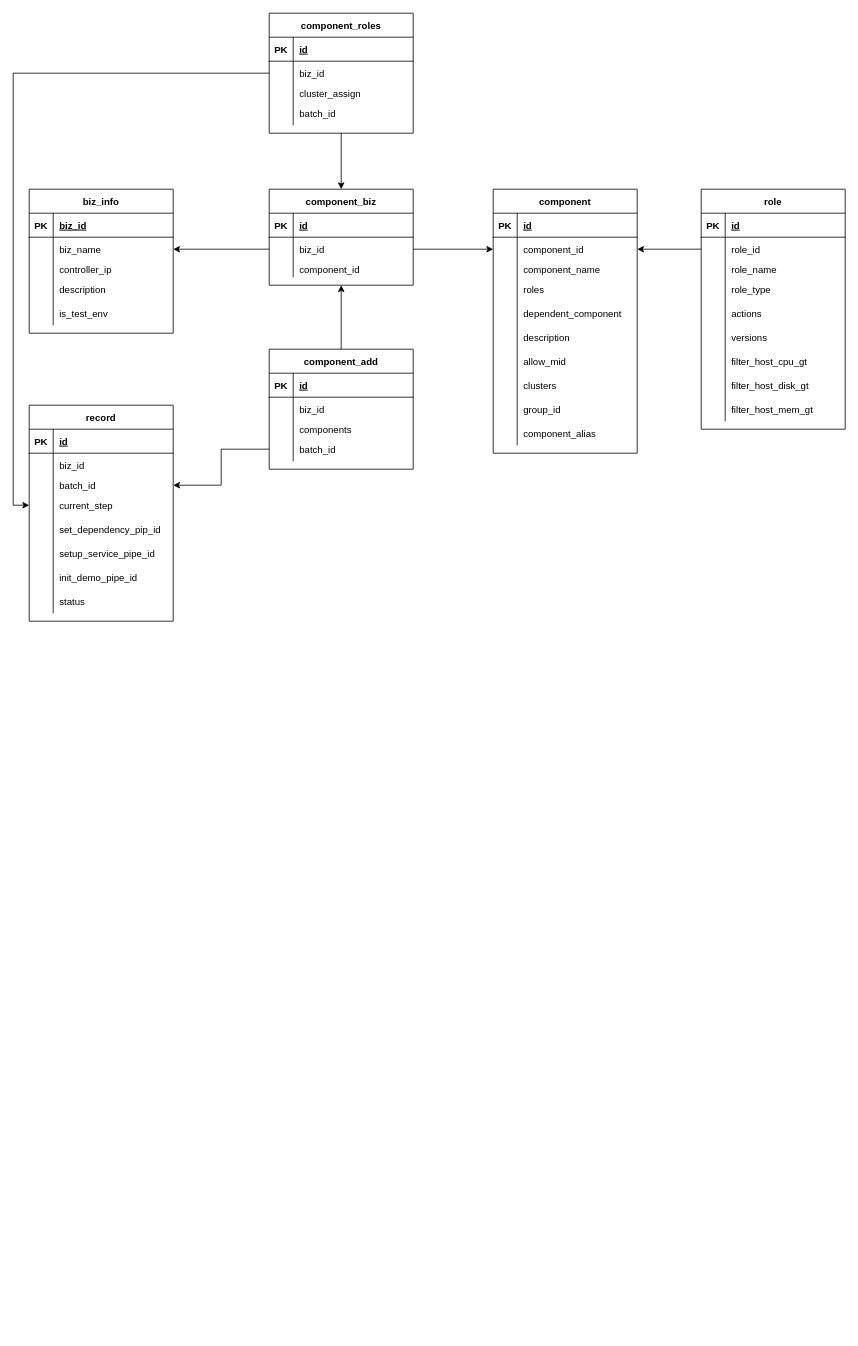
Earlier version of the draw.io diagram Untitled Diagram.drawio (TristanMenethill/hello-world). Source tidied: cells renumbered, new cells numbered last; positions are measured from the earlier drawing's top-left corner, leaving out a move shared by most shapes. Both pictures are drawn from the tidied source at 80%, with x=0, y=0 at pixel (29, 13).
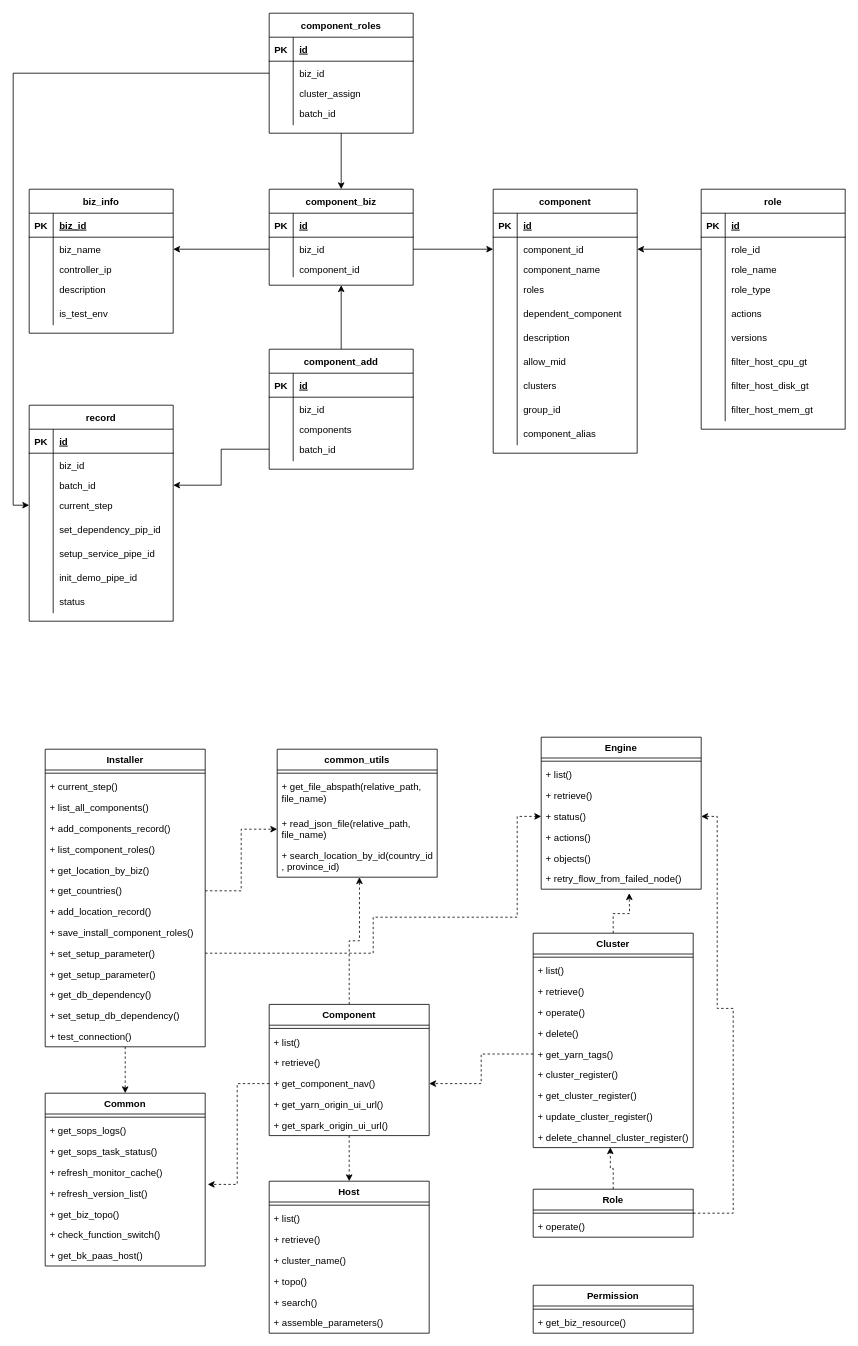
After the change.

What changed in the source:
```diff
@@
+    <mxCell id="145" style="edgeStyle=orthogonalEdgeStyle;rounded=0;jettySize=auto;html=1;entryX=0.5;entryY=0;entryDx=0;entryDy=0;dashed=1;" parent="1" edge="1" source="146" target="179">
+      <mxGeometry relative="1" as="geometry" />
+    </mxCell>
+    <mxCell id="146" value="Installer" style="swimlane;fontStyle=1;align=center;verticalAlign=top;horizontal=1;startSize=26;" parent="1" vertex="1">
+      <mxGeometry x="20" y="920" width="200" height="372" as="geometry" />
+    </mxCell>
+    <mxCell id="147" style="line;strokeWidth=1;fillColor=none;align=left;verticalAlign=middle;spacingTop=-1;spacingLeft=3;spacingRight=3;labelPosition=right;" parent="146" vertex="1">
+      <mxGeometry y="26" width="200" height="8" as="geometry" />
+    </mxCell>
+    <mxCell id="148" value="+ current_step()" style="text;strokeColor=none;fillColor=none;align=left;verticalAlign=top;spacingLeft=4;spacingRight=4;overflow=hidden;" parent="146" vertex="1">
+      <mxGeometry y="34" width="200" height="26" as="geometry" />
+    </mxCell>
+    <mxCell id="149" value="+ list_all_components()" style="text;strokeColor=none;fillColor=none;align=left;verticalAlign=top;spacingLeft=4;spacingRight=4;overflow=hidden;" parent="146" vertex="1">
+      <mxGeometry y="60" width="200" height="26" as="geometry" />
+    </mxCell>
+    <mxCell id="150" value="+ add_components_record()" style="text;strokeColor=none;fillColor=none;align=left;verticalAlign=top;spacingLeft=4;spacingRight=4;overflow=hidden;" parent="146" vertex="1">
+      <mxGeometry y="86" width="200" height="26" as="geometry" />
+    </mxCell>
+    <mxCell id="151" value="+ list_component_roles()" style="text;strokeColor=none;fillColor=none;align=left;verticalAlign=top;spacingLeft=4;spacingRight=4;overflow=hidden;" parent="146" vertex="1">
+      <mxGeometry y="112" width="200" height="26" as="geometry" />
+    </mxCell>
+    <mxCell id="152" value="+ get_location_by_biz()" style="text;strokeColor=none;fillColor=none;align=left;verticalAlign=top;spacingLeft=4;spacingRight=4;overflow=hidden;" parent="146" vertex="1">
+      <mxGeometry y="138" width="200" height="26" as="geometry" />
+    </mxCell>
+    <mxCell id="153" value="+ get_countries()" style="text;strokeColor=none;fillColor=none;align=left;verticalAlign=top;spacingLeft=4;spacingRight=4;overflow=hidden;points=[[0,0.5],[1,0.5]];portConstraint=eastwest;" parent="146" vertex="1">
+      <mxGeometry y="164" width="200" height="26" as="geometry" />
+    </mxCell>
+    <mxCell id="154" value="+ add_location_record()" style="text;strokeColor=none;fillColor=none;align=left;verticalAlign=top;spacingLeft=4;spacingRight=4;overflow=hidden;" parent="146" vertex="1">
+      <mxGeometry y="190" width="200" height="26" as="geometry" />
+    </mxCell>
+    <mxCell id="155" value="+ save_install_component_roles()" style="text;strokeColor=none;fillColor=none;align=left;verticalAlign=top;spacingLeft=4;spacingRight=4;overflow=hidden;" parent="146" vertex="1">
+      <mxGeometry y="216" width="200" height="26" as="geometry" />
+    </mxCell>
+    <mxCell id="156" value="+ set_setup_parameter()" style="text;strokeColor=none;fillColor=none;align=left;verticalAlign=top;spacingLeft=4;spacingRight=4;overflow=hidden;points=[[0,0.5],[1,0.5]];portConstraint=eastwest;" parent="146" vertex="1">
+      <mxGeometry y="242" width="200" height="26" as="geometry" />
+    </mxCell>
+    <mxCell id="157" value="+ get_setup_parameter()" style="text;strokeColor=none;fillColor=none;align=left;verticalAlign=top;spacingLeft=4;spacingRight=4;overflow=hidden;" parent="146" vertex="1">
+      <mxGeometry y="268" width="200" height="26" as="geometry" />
+    </mxCell>
+    <mxCell id="158" value="+ get_db_dependency()" style="text;strokeColor=none;fillColor=none;align=left;verticalAlign=top;spacingLeft=4;spacingRight=4;overflow=hidden;" parent="146" vertex="1">
+      <mxGeometry y="294" width="200" height="26" as="geometry" />
+    </mxCell>
+    <mxCell id="159" value="+ set_setup_db_dependency()" style="text;strokeColor=none;fillColor=none;align=left;verticalAlign=top;spacingLeft=4;spacingRight=4;overflow=hidden;" parent="146" vertex="1">
+      <mxGeometry y="320" width="200" height="26" as="geometry" />
+    </mxCell>
+    <mxCell id="160" value="+ test_connection()" style="text;strokeColor=none;fillColor=none;align=left;verticalAlign=top;spacingLeft=4;spacingRight=4;overflow=hidden;" parent="146" vertex="1">
+      <mxGeometry y="346" width="200" height="26" as="geometry" />
+    </mxCell>
+    <mxCell id="161" value="common_utils" style="swimlane;fontStyle=1;align=center;verticalAlign=top;horizontal=1;startSize=26;" parent="1" vertex="1">
+      <mxGeometry x="310" y="920" width="200" height="160" as="geometry" />
+    </mxCell>
+    <mxCell id="162" style="line;strokeWidth=1;fillColor=none;align=left;verticalAlign=middle;spacingTop=-1;spacingLeft=3;spacingRight=3;labelPosition=right;" parent="161" vertex="1">
+      <mxGeometry y="26" width="200" height="8" as="geometry" />
+    </mxCell>
+    <mxCell id="163" value="+ get_file_abspath(relative_path, &#10;file_name)" style="text;strokeColor=none;fillColor=none;align=left;verticalAlign=top;spacingLeft=4;spacingRight=4;overflow=hidden;" parent="161" vertex="1">
+      <mxGeometry y="34" width="200" height="46" as="geometry" />
+    </mxCell>
+    <mxCell id="164" value="+ read_json_file(relative_path, &#10;file_name)" style="text;strokeColor=none;fillColor=none;align=left;verticalAlign=top;spacingLeft=4;spacingRight=4;overflow=hidden;points=[[0,0.5],[1,0.5]];portConstraint=eastwest;" parent="161" vertex="1">
+      <mxGeometry y="80" width="200" height="40" as="geometry" />
+    </mxCell>
+    <mxCell id="165" value="+ search_location_by_id(country_id&#10;, province_id)" style="text;strokeColor=none;fillColor=none;align=left;verticalAlign=top;spacingLeft=4;spacingRight=4;overflow=hidden;points=[[0,0.5],[1,0.5]];portConstraint=eastwest;" parent="161" vertex="1">
+      <mxGeometry y="120" width="200" height="40" as="geometry" />
+    </mxCell>
+    <mxCell id="166" style="edgeStyle=orthogonalEdgeStyle;rounded=0;jettySize=auto;html=1;exitX=1;exitY=0.5;exitDx=0;exitDy=0;entryX=0;entryY=0.5;entryDx=0;entryDy=0;dashed=1;" parent="1" edge="1" source="153" target="164">
+      <mxGeometry relative="1" as="geometry" />
+    </mxCell>
+    <mxCell id="167" style="edgeStyle=orthogonalEdgeStyle;rounded=0;jettySize=auto;html=1;dashed=1;" parent="1" edge="1" source="168">
+      <mxGeometry relative="1" as="geometry">
+        <mxPoint x="750" y="1100" as="targetPoint" />
+      </mxGeometry>
+    </mxCell>
+    <mxCell id="168" value="Cluster" style="swimlane;fontStyle=1;align=center;verticalAlign=top;horizontal=1;startSize=26;" parent="1" vertex="1">
+      <mxGeometry x="630" y="1150" width="200" height="268" as="geometry" />
+    </mxCell>
+    <mxCell id="169" style="line;strokeWidth=1;fillColor=none;align=left;verticalAlign=middle;spacingTop=-1;spacingLeft=3;spacingRight=3;labelPosition=right;" parent="168" vertex="1">
+      <mxGeometry y="26" width="200" height="8" as="geometry" />
+    </mxCell>
+    <mxCell id="170" value="+ list()" style="text;strokeColor=none;fillColor=none;align=left;verticalAlign=top;spacingLeft=4;spacingRight=4;overflow=hidden;" parent="168" vertex="1">
+      <mxGeometry y="34" width="200" height="26" as="geometry" />
+    </mxCell>
+    <mxCell id="171" value="+ retrieve()" style="text;strokeColor=none;fillColor=none;align=left;verticalAlign=top;spacingLeft=4;spacingRight=4;overflow=hidden;" parent="168" vertex="1">
+      <mxGeometry y="60" width="200" height="26" as="geometry" />
+    </mxCell>
+    <mxCell id="172" value="+ operate()" style="text;strokeColor=none;fillColor=none;align=left;verticalAlign=top;spacingLeft=4;spacingRight=4;overflow=hidden;" parent="168" vertex="1">
+      <mxGeometry y="86" width="200" height="26" as="geometry" />
+    </mxCell>
+    <mxCell id="173" value="+ delete()" style="text;strokeColor=none;fillColor=none;align=left;verticalAlign=top;spacingLeft=4;spacingRight=4;overflow=hidden;" parent="168" vertex="1">
+      <mxGeometry y="112" width="200" height="26" as="geometry" />
+    </mxCell>
+    <mxCell id="174" value="+ get_yarn_tags()" style="text;strokeColor=none;fillColor=none;align=left;verticalAlign=top;spacingLeft=4;spacingRight=4;overflow=hidden;points=[[0,0.5],[1,0.5]];portConstraint=eastwest;" parent="168" vertex="1">
+      <mxGeometry y="138" width="200" height="26" as="geometry" />
+    </mxCell>
+    <mxCell id="175" value="+ cluster_register()" style="text;strokeColor=none;fillColor=none;align=left;verticalAlign=top;spacingLeft=4;spacingRight=4;overflow=hidden;" parent="168" vertex="1">
+      <mxGeometry y="164" width="200" height="26" as="geometry" />
+    </mxCell>
+    <mxCell id="176" value="+ get_cluster_register()" style="text;strokeColor=none;fillColor=none;align=left;verticalAlign=top;spacingLeft=4;spacingRight=4;overflow=hidden;" parent="168" vertex="1">
+      <mxGeometry y="190" width="200" height="26" as="geometry" />
+    </mxCell>
+    <mxCell id="177" value="+ update_cluster_register()" style="text;strokeColor=none;fillColor=none;align=left;verticalAlign=top;spacingLeft=4;spacingRight=4;overflow=hidden;" parent="168" vertex="1">
+      <mxGeometry y="216" width="200" height="26" as="geometry" />
+    </mxCell>
+    <mxCell id="178" value="+ delete_channel_cluster_register()" style="text;strokeColor=none;fillColor=none;align=left;verticalAlign=top;spacingLeft=4;spacingRight=4;overflow=hidden;points=[[0,0.5],[1,0.5]];portConstraint=eastwest;" parent="168" vertex="1">
+      <mxGeometry y="242" width="200" height="26" as="geometry" />
+    </mxCell>
+    <mxCell id="179" value="Common" style="swimlane;fontStyle=1;align=center;verticalAlign=top;horizontal=1;startSize=26;" parent="1" vertex="1">
+      <mxGeometry x="20" y="1350" width="200" height="216" as="geometry" />
+    </mxCell>
+    <mxCell id="180" style="line;strokeWidth=1;fillColor=none;align=left;verticalAlign=middle;spacingTop=-1;spacingLeft=3;spacingRight=3;labelPosition=right;" parent="179" vertex="1">
+      <mxGeometry y="26" width="200" height="8" as="geometry" />
+    </mxCell>
+    <mxCell id="181" value="+ get_sops_logs()" style="text;strokeColor=none;fillColor=none;align=left;verticalAlign=top;spacingLeft=4;spacingRight=4;overflow=hidden;" parent="179" vertex="1">
+      <mxGeometry y="34" width="200" height="26" as="geometry" />
+    </mxCell>
+    <mxCell id="182" value="+ get_sops_task_status()" style="text;strokeColor=none;fillColor=none;align=left;verticalAlign=top;spacingLeft=4;spacingRight=4;overflow=hidden;" parent="179" vertex="1">
+      <mxGeometry y="60" width="200" height="26" as="geometry" />
+    </mxCell>
+    <mxCell id="183" value="+ refresh_monitor_cache()" style="text;strokeColor=none;fillColor=none;align=left;verticalAlign=top;spacingLeft=4;spacingRight=4;overflow=hidden;" parent="179" vertex="1">
+      <mxGeometry y="86" width="200" height="26" as="geometry" />
+    </mxCell>
+    <mxCell id="184" value="+ refresh_version_list()" style="text;strokeColor=none;fillColor=none;align=left;verticalAlign=top;spacingLeft=4;spacingRight=4;overflow=hidden;points=[[0,0.5],[1,0.5]];portConstraint=eastwest;" parent="179" vertex="1">
+      <mxGeometry y="112" width="200" height="26" as="geometry" />
+    </mxCell>
+    <mxCell id="185" value="+ get_biz_topo()" style="text;strokeColor=none;fillColor=none;align=left;verticalAlign=top;spacingLeft=4;spacingRight=4;overflow=hidden;" parent="179" vertex="1">
+      <mxGeometry y="138" width="200" height="26" as="geometry" />
+    </mxCell>
+    <mxCell id="186" value="+ check_function_switch()" style="text;strokeColor=none;fillColor=none;align=left;verticalAlign=top;spacingLeft=4;spacingRight=4;overflow=hidden;" parent="179" vertex="1">
+      <mxGeometry y="164" width="200" height="26" as="geometry" />
+    </mxCell>
+    <mxCell id="187" value="+ get_bk_paas_host()" style="text;strokeColor=none;fillColor=none;align=left;verticalAlign=top;spacingLeft=4;spacingRight=4;overflow=hidden;" parent="179" vertex="1">
+      <mxGeometry y="190" width="200" height="26" as="geometry" />
+    </mxCell>
+    <mxCell id="188" style="edgeStyle=orthogonalEdgeStyle;rounded=0;jettySize=auto;html=1;dashed=1;" parent="1" edge="1" source="190" target="205">
+      <mxGeometry relative="1" as="geometry" />
+    </mxCell>
+    <mxCell id="189" style="edgeStyle=orthogonalEdgeStyle;rounded=0;jettySize=auto;html=1;entryX=0.514;entryY=1;entryDx=0;entryDy=0;entryPerimeter=0;dashed=1;" parent="1" edge="1" source="190" target="165">
+      <mxGeometry relative="1" as="geometry" />
+    </mxCell>
+    <mxCell id="190" value="Component" style="swimlane;fontStyle=1;align=center;verticalAlign=top;horizontal=1;startSize=26;" parent="1" vertex="1">
+      <mxGeometry x="300" y="1239" width="200" height="164" as="geometry" />
+    </mxCell>
+    <mxCell id="191" style="line;strokeWidth=1;fillColor=none;align=left;verticalAlign=middle;spacingTop=-1;spacingLeft=3;spacingRight=3;labelPosition=right;" parent="190" vertex="1">
+      <mxGeometry y="26" width="200" height="8" as="geometry" />
+    </mxCell>
+    <mxCell id="192" value="+ list()" style="text;strokeColor=none;fillColor=none;align=left;verticalAlign=top;spacingLeft=4;spacingRight=4;overflow=hidden;" parent="190" vertex="1">
+      <mxGeometry y="34" width="200" height="26" as="geometry" />
+    </mxCell>
+    <mxCell id="193" value="+ retrieve()" style="text;strokeColor=none;fillColor=none;align=left;verticalAlign=top;spacingLeft=4;spacingRight=4;overflow=hidden;" parent="190" vertex="1">
+      <mxGeometry y="60" width="200" height="26" as="geometry" />
+    </mxCell>
+    <mxCell id="194" value="+ get_component_nav()" style="text;strokeColor=none;fillColor=none;align=left;verticalAlign=top;spacingLeft=4;spacingRight=4;overflow=hidden;points=[[0,0.5],[1,0.5]];portConstraint=eastwest;" parent="190" vertex="1">
+      <mxGeometry y="86" width="200" height="26" as="geometry" />
+    </mxCell>
+    <mxCell id="195" value="+ get_yarn_origin_ui_url()" style="text;strokeColor=none;fillColor=none;align=left;verticalAlign=top;spacingLeft=4;spacingRight=4;overflow=hidden;" parent="190" vertex="1">
+      <mxGeometry y="112" width="200" height="26" as="geometry" />
+    </mxCell>
+    <mxCell id="196" value="+ get_spark_origin_ui_url()" style="text;strokeColor=none;fillColor=none;align=left;verticalAlign=top;spacingLeft=4;spacingRight=4;overflow=hidden;" parent="190" vertex="1">
+      <mxGeometry y="138" width="200" height="26" as="geometry" />
+    </mxCell>
+    <mxCell id="197" value="Engine" style="swimlane;fontStyle=1;align=center;verticalAlign=top;horizontal=1;startSize=26;" parent="1" vertex="1">
+      <mxGeometry x="640" y="905" width="200" height="190" as="geometry" />
+    </mxCell>
+    <mxCell id="198" style="line;strokeWidth=1;fillColor=none;align=left;verticalAlign=middle;spacingTop=-1;spacingLeft=3;spacingRight=3;labelPosition=right;" parent="197" vertex="1">
+      <mxGeometry y="26" width="200" height="8" as="geometry" />
+    </mxCell>
+    <mxCell id="199" value="+ list()" style="text;strokeColor=none;fillColor=none;align=left;verticalAlign=top;spacingLeft=4;spacingRight=4;overflow=hidden;" parent="197" vertex="1">
+      <mxGeometry y="34" width="200" height="26" as="geometry" />
+    </mxCell>
+    <mxCell id="200" value="+ retrieve()" style="text;strokeColor=none;fillColor=none;align=left;verticalAlign=top;spacingLeft=4;spacingRight=4;overflow=hidden;" parent="197" vertex="1">
+      <mxGeometry y="60" width="200" height="26" as="geometry" />
+    </mxCell>
+    <mxCell id="201" value="+ status()" style="text;strokeColor=none;fillColor=none;align=left;verticalAlign=top;spacingLeft=4;spacingRight=4;overflow=hidden;points=[[0,0.5],[1,0.5]];portConstraint=eastwest;" parent="197" vertex="1">
+      <mxGeometry y="86" width="200" height="26" as="geometry" />
+    </mxCell>
+    <mxCell id="202" value="+ actions()" style="text;strokeColor=none;fillColor=none;align=left;verticalAlign=top;spacingLeft=4;spacingRight=4;overflow=hidden;" parent="197" vertex="1">
+      <mxGeometry y="112" width="200" height="26" as="geometry" />
+    </mxCell>
+    <mxCell id="203" value="+ objects()" style="text;strokeColor=none;fillColor=none;align=left;verticalAlign=top;spacingLeft=4;spacingRight=4;overflow=hidden;" parent="197" vertex="1">
+      <mxGeometry y="138" width="200" height="26" as="geometry" />
+    </mxCell>
+    <mxCell id="204" value="+ retry_flow_from_failed_node()" style="text;strokeColor=none;fillColor=none;align=left;verticalAlign=top;spacingLeft=4;spacingRight=4;overflow=hidden;" parent="197" vertex="1">
+      <mxGeometry y="164" width="200" height="26" as="geometry" />
+    </mxCell>
+    <mxCell id="205" value="Host" style="swimlane;fontStyle=1;align=center;verticalAlign=top;horizontal=1;startSize=26;" parent="1" vertex="1">
+      <mxGeometry x="300" y="1460" width="200" height="190" as="geometry" />
+    </mxCell>
+    <mxCell id="206" style="line;strokeWidth=1;fillColor=none;align=left;verticalAlign=middle;spacingTop=-1;spacingLeft=3;spacingRight=3;labelPosition=right;" parent="205" vertex="1">
+      <mxGeometry y="26" width="200" height="8" as="geometry" />
+    </mxCell>
+    <mxCell id="207" value="+ list()" style="text;strokeColor=none;fillColor=none;align=left;verticalAlign=top;spacingLeft=4;spacingRight=4;overflow=hidden;" parent="205" vertex="1">
+      <mxGeometry y="34" width="200" height="26" as="geometry" />
+    </mxCell>
+    <mxCell id="208" value="+ retrieve()" style="text;strokeColor=none;fillColor=none;align=left;verticalAlign=top;spacingLeft=4;spacingRight=4;overflow=hidden;" parent="205" vertex="1">
+      <mxGeometry y="60" width="200" height="26" as="geometry" />
+    </mxCell>
+    <mxCell id="209" value="+ cluster_name()" style="text;strokeColor=none;fillColor=none;align=left;verticalAlign=top;spacingLeft=4;spacingRight=4;overflow=hidden;" parent="205" vertex="1">
+      <mxGeometry y="86" width="200" height="26" as="geometry" />
+    </mxCell>
+    <mxCell id="210" value="+ topo()" style="text;strokeColor=none;fillColor=none;align=left;verticalAlign=top;spacingLeft=4;spacingRight=4;overflow=hidden;" parent="205" vertex="1">
+      <mxGeometry y="112" width="200" height="26" as="geometry" />
+    </mxCell>
+    <mxCell id="211" value="+ search()" style="text;strokeColor=none;fillColor=none;align=left;verticalAlign=top;spacingLeft=4;spacingRight=4;overflow=hidden;" parent="205" vertex="1">
+      <mxGeometry y="138" width="200" height="26" as="geometry" />
+    </mxCell>
+    <mxCell id="212" value="+ assemble_parameters()" style="text;strokeColor=none;fillColor=none;align=left;verticalAlign=top;spacingLeft=4;spacingRight=4;overflow=hidden;" parent="205" vertex="1">
+      <mxGeometry y="164" width="200" height="26" as="geometry" />
+    </mxCell>
+    <mxCell id="213" value="Permission" style="swimlane;fontStyle=1;align=center;verticalAlign=top;horizontal=1;startSize=26;" parent="1" vertex="1">
+      <mxGeometry x="630" y="1590" width="200" height="60" as="geometry" />
+    </mxCell>
+    <mxCell id="214" style="line;strokeWidth=1;fillColor=none;align=left;verticalAlign=middle;spacingTop=-1;spacingLeft=3;spacingRight=3;labelPosition=right;" parent="213" vertex="1">
+      <mxGeometry y="26" width="200" height="8" as="geometry" />
+    </mxCell>
+    <mxCell id="215" value="+ get_biz_resource()" style="text;strokeColor=none;fillColor=none;align=left;verticalAlign=top;spacingLeft=4;spacingRight=4;overflow=hidden;" parent="213" vertex="1">
+      <mxGeometry y="34" width="200" height="26" as="geometry" />
+    </mxCell>
+    <mxCell id="216" style="edgeStyle=orthogonalEdgeStyle;rounded=0;jettySize=auto;html=1;exitX=0.5;exitY=0;exitDx=0;exitDy=0;entryX=0.482;entryY=0.985;entryDx=0;entryDy=0;entryPerimeter=0;dashed=1;" parent="1" edge="1" source="218" target="178">
+      <mxGeometry relative="1" as="geometry" />
+    </mxCell>
+    <mxCell id="217" style="edgeStyle=orthogonalEdgeStyle;rounded=0;jettySize=auto;html=1;entryX=1;entryY=0.5;entryDx=0;entryDy=0;dashed=1;" parent="1" edge="1" source="218" target="201">
+      <mxGeometry relative="1" as="geometry">
+        <Array as="points">
+          <mxPoint x="880" y="1500" />
+          <mxPoint x="880" y="1244" />
+          <mxPoint x="860" y="1244" />
+          <mxPoint x="860" y="1004" />
+        </Array>
+      </mxGeometry>
+    </mxCell>
+    <mxCell id="218" value="Role" style="swimlane;fontStyle=1;align=center;verticalAlign=top;horizontal=1;startSize=26;" parent="1" vertex="1">
+      <mxGeometry x="630" y="1470" width="200" height="60" as="geometry" />
+    </mxCell>
+    <mxCell id="219" style="line;strokeWidth=1;fillColor=none;align=left;verticalAlign=middle;spacingTop=-1;spacingLeft=3;spacingRight=3;labelPosition=right;" parent="218" vertex="1">
+      <mxGeometry y="26" width="200" height="8" as="geometry" />
+    </mxCell>
+    <mxCell id="220" value="+ operate()" style="text;strokeColor=none;fillColor=none;align=left;verticalAlign=top;spacingLeft=4;spacingRight=4;overflow=hidden;" parent="218" vertex="1">
+      <mxGeometry y="34" width="200" height="26" as="geometry" />
+    </mxCell>
+    <mxCell id="221" style="edgeStyle=orthogonalEdgeStyle;rounded=0;jettySize=auto;html=1;exitX=0;exitY=0.5;exitDx=0;exitDy=0;entryX=1;entryY=0.5;entryDx=0;entryDy=0;dashed=1;" parent="1" edge="1" source="174" target="194">
+      <mxGeometry relative="1" as="geometry" />
+    </mxCell>
+    <mxCell id="222" style="edgeStyle=orthogonalEdgeStyle;rounded=0;jettySize=auto;html=1;exitX=0;exitY=0.5;exitDx=0;exitDy=0;entryX=1.016;entryY=0.077;entryDx=0;entryDy=0;entryPerimeter=0;dashed=1;" parent="1" edge="1" source="194" target="184">
+      <mxGeometry relative="1" as="geometry" />
+    </mxCell>
+    <mxCell id="223" style="edgeStyle=orthogonalEdgeStyle;rounded=0;jettySize=auto;html=1;entryX=0;entryY=0.5;entryDx=0;entryDy=0;dashed=1;" parent="1" edge="1" source="156" target="201">
+      <mxGeometry relative="1" as="geometry">
+        <Array as="points">
+          <mxPoint x="430" y="1175" />
+          <mxPoint x="430" y="1130" />
+          <mxPoint x="610" y="1130" />
+          <mxPoint x="610" y="1004" />
+        </Array>
+      </mxGeometry>
+    </mxCell>
```
